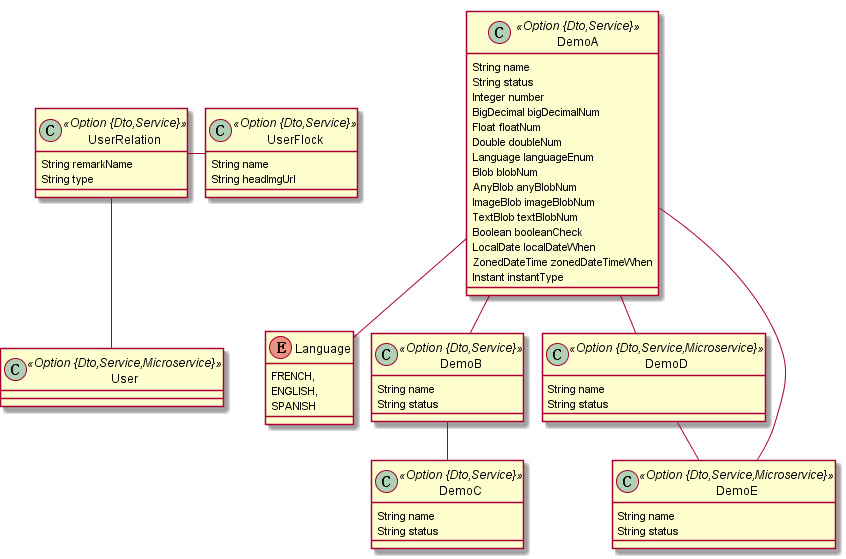
Above: docs/jdl/jhipster-jdl.png in dongyanghe/eikesi (PlantUML), before the change.
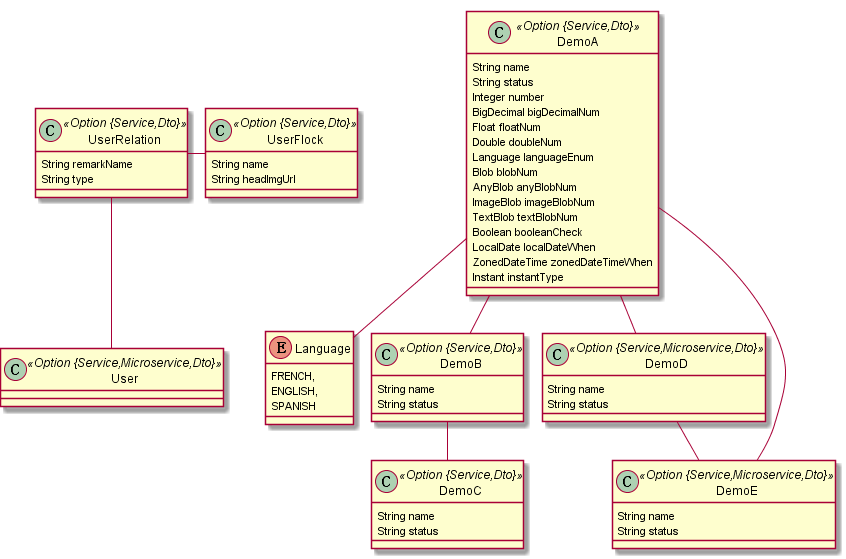
After the change.

Diff of the diagram source:
```diff
@@ -1,11 +1,11 @@
 @startuml
 	!pragma graphviz_dot jdot
 	!pragma syntax class
-	class UserRelation <<Option {Dto,Service}>> {
+	class UserRelation <<Option {Service,Dto}>> {
 		String remarkName
 		String type
 	}
-	class UserFlock <<Option {Dto,Service}>> {
+	class UserFlock <<Option {Service,Dto}>> {
 		String name
 		String headImgUrl
 	}
@@ -14,7 +14,7 @@
 		ENGLISH,
 		SPANISH
 	}
-	class DemoA <<Option {Dto,Service}>> {
+	class DemoA <<Option {Service,Dto}>> {
 		String name
 		String status
 		Integer number
@@ -32,19 +32,19 @@
 		Instant instantType
 	}
 	DemoA ..> Language
-	class DemoB <<Option {Dto,Service}>> {
+	class DemoB <<Option {Service,Dto}>> {
 		String name
 		String status
 	}
-	class DemoC <<Option {Dto,Service}>> {
+	class DemoC <<Option {Service,Dto}>> {
 		String name
 		String status
 	}
-	class DemoD <<Option {Dto,Service,Microservice}>> {
+	class DemoD <<Option {Service,Microservice,Dto}>> {
 		String name
 		String status
 	}
-	class DemoE <<Option {Dto,Service,Microservice}>> {
+	class DemoE <<Option {Service,Microservice,Dto}>> {
 		String name
 		String status
 	}
@@ -53,6 +53,6 @@
 	DemoD  "demoE(name) 0..1 " --o "demoD(name) 0..* "  DemoE
 	DemoA  "demoE(name) 0..* " o-- "demoA(name) 0..1 "  DemoE
 	DemoA  "demoD(name) 0..* " o--o "demoA(name) 0..* "  DemoD
-	class User <<Option {Dto,Service,Microservice}>> {
+	class User <<Option {Service,Microservice,Dto}>> {
 	}
 @enduml
```
